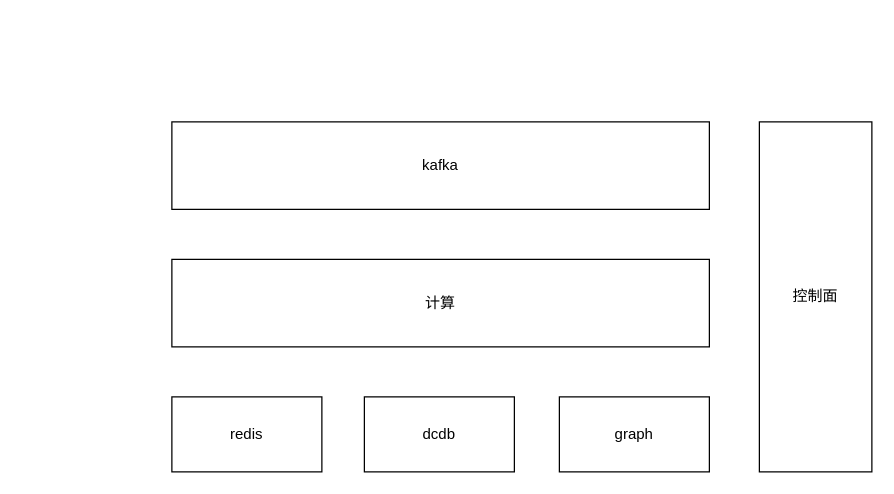
Before: 拓扑计算架构.drawio in biuboombiuboom/mydrawio, a draw.io diagram. Source tidied: cells renumbered, new cells numbered last; positions are measured from the earlier drawing's top-left corner, leaving out a move shared by most shapes. Both pictures are drawn from the tidied source at 125%, with x=0, y=0 at pixel (171, 121).
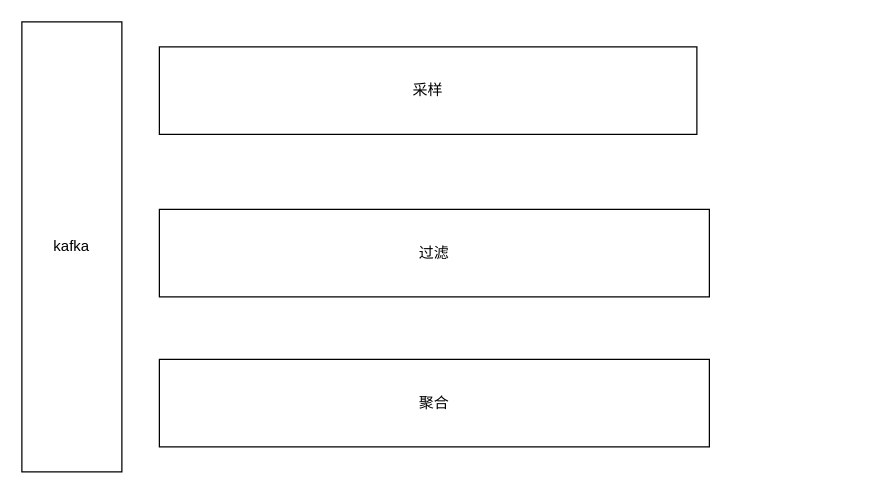
The same page after the edit.

Commit message (it also covers changes not shown here):
更新拓扑计算架构.drawio

What changed in the source:
```diff
@@
 <mxGraphModel>
   <root>
     <mxCell id="0" />
     <mxCell id="1" parent="0" />
-    <mxCell id="2" value="redis" style="rounded=0;whiteSpace=wrap;html=1;" parent="1" vertex="1">
-      <mxGeometry y="220" width="120" height="60" as="geometry" />
-    </mxCell>
-    <mxCell id="3" value="dcdb" style="rounded=0;whiteSpace=wrap;html=1;" parent="1" vertex="1">
-      <mxGeometry x="154" y="220" width="120" height="60" as="geometry" />
-    </mxCell>
-    <mxCell id="4" value="graph" style="rounded=0;whiteSpace=wrap;html=1;" parent="1" vertex="1">
-      <mxGeometry x="310" y="220" width="120" height="60" as="geometry" />
-    </mxCell>
-    <mxCell id="5" value="计算" style="rounded=0;whiteSpace=wrap;html=1;" parent="1" vertex="1">
-      <mxGeometry y="110" width="430" height="70" as="geometry" />
+    <mxCell id="5" value="采样" style="rounded=0;whiteSpace=wrap;html=1;" parent="1" vertex="1">
+      <mxGeometry x="-10" y="-60" width="430" height="70" as="geometry" />
     </mxCell>
     <mxCell id="6" value="kafka" style="rounded=0;whiteSpace=wrap;html=1;" parent="1" vertex="1">
-      <mxGeometry width="430" height="70" as="geometry" />
+      <mxGeometry x="-120" y="-80" width="80" height="360" as="geometry" />
     </mxCell>
-    <mxCell id="7" value="控制面" style="rounded=0;whiteSpace=wrap;html=1;" parent="1" vertex="1">
-      <mxGeometry x="470" width="90" height="280" as="geometry" />
-    </mxCell>
+    <mxCell id="8" value="过滤" style="rounded=0;whiteSpace=wrap;html=1;" parent="1" vertex="1">
+      <mxGeometry x="-10" y="70" width="440" height="70" as="geometry" />
+    </mxCell>
+    <mxCell id="9" value="聚合" style="rounded=0;whiteSpace=wrap;html=1;" parent="1" vertex="1">
+      <mxGeometry x="-10" y="190" width="440" height="70" as="geometry" />
+    </mxCell>
   </root>
 </mxGraphModel>
```
